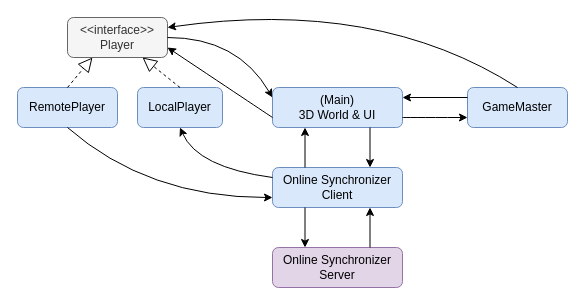
This is docs/process_architecture.drawio from joonashalinen/bloxu, a draw.io file, before an edit. Source tidied: cells renumbered, new cells numbered last; positions are measured from the earlier drawing's top-left corner, leaving out a move shared by most shapes. Both pictures are drawn from the tidied source at 100%, with x=0, y=0 at pixel (17, -3).
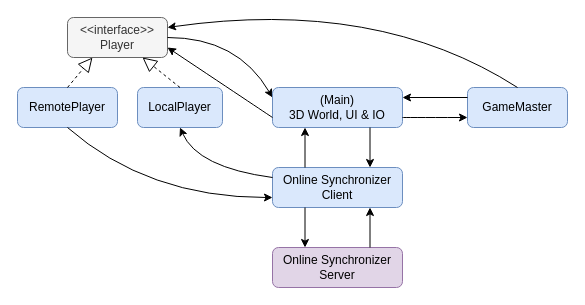
After the change.

The edit, as a diff of the source:
```diff
@@
-    <mxCell id="7" value="(Main)&lt;br&gt;3D World &amp;amp; UI" style="rounded=1;whiteSpace=wrap;html=1;fillColor=#dae8fc;strokeColor=#6c8ebf;" parent="1" vertex="1">
+    <mxCell id="7" value="(Main)&lt;br&gt;3D World, UI &amp;amp; IO" style="rounded=1;whiteSpace=wrap;html=1;fillColor=#dae8fc;strokeColor=#6c8ebf;" parent="1" vertex="1">
       <mxGeometry x="255" y="90" width="130" height="40" as="geometry" />
     </mxCell>
```
